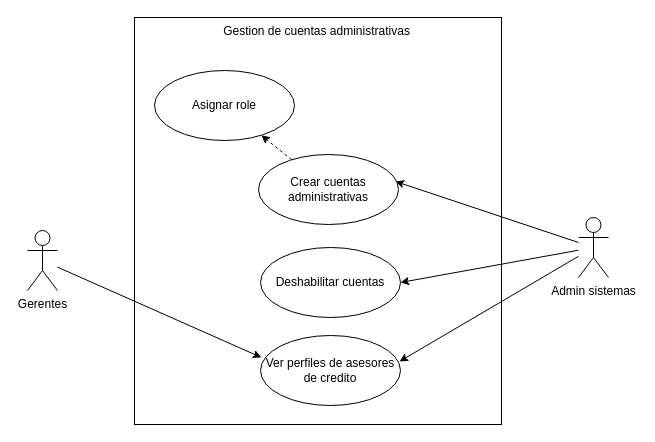
This is docs/use cases/admin-users-accounts.drawio from alexrv11/credicuotas, a draw.io file, before an edit. Source tidied: cells renumbered, new cells numbered last; positions are measured from the earlier drawing's top-left corner, leaving out a move shared by most shapes. Both pictures are drawn from the tidied source at 100%, with x=0, y=0 at pixel (27, 17).
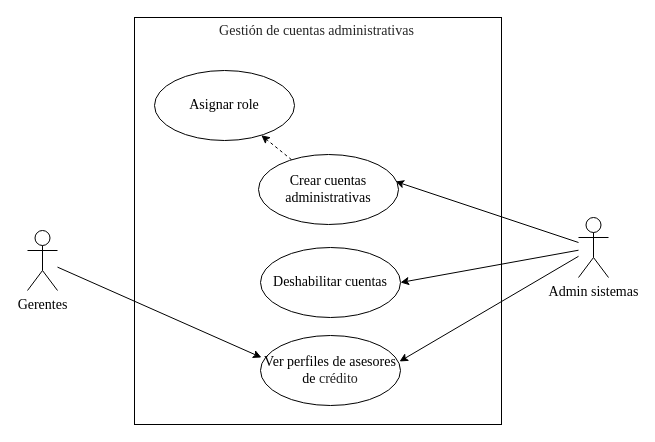
After the change.

Change to the diagram source:
```diff
@@
 <mxGraphModel>
   <root>
     <mxCell id="0" />
     <mxCell id="1" parent="0" />
-    <mxCell id="2" style="rounded=0;whiteSpace=wrap;html=1;" parent="1" vertex="1">
+    <mxCell id="2" style="rounded=0;whiteSpace=wrap;html=1;fontFamily=Times New Roman;fontSize=14;" parent="1" vertex="1">
       <mxGeometry x="107" width="367" height="407" as="geometry" />
     </mxCell>
-    <mxCell id="3" style="edgeStyle=none;html=1;entryX=0.979;entryY=0.386;entryDx=0;entryDy=0;entryPerimeter=0;" parent="1" edge="1" source="6" target="8">
+    <mxCell id="3" style="edgeStyle=none;html=1;entryX=0.979;entryY=0.386;entryDx=0;entryDy=0;entryPerimeter=0;fontFamily=Times New Roman;fontSize=14;" parent="1" edge="1" source="6" target="8">
       <mxGeometry relative="1" as="geometry" />
     </mxCell>
-    <mxCell id="4" style="edgeStyle=none;html=1;entryX=1;entryY=0.5;entryDx=0;entryDy=0;" parent="1" edge="1" source="6" target="13">
+    <mxCell id="4" style="edgeStyle=none;html=1;entryX=1;entryY=0.5;entryDx=0;entryDy=0;fontFamily=Times New Roman;fontSize=14;" parent="1" edge="1" source="6" target="13">
       <mxGeometry relative="1" as="geometry" />
     </mxCell>
-    <mxCell id="5" style="edgeStyle=none;html=1;entryX=0.993;entryY=0.371;entryDx=0;entryDy=0;entryPerimeter=0;" parent="1" edge="1" source="6" target="14">
+    <mxCell id="5" style="edgeStyle=none;html=1;entryX=0.993;entryY=0.371;entryDx=0;entryDy=0;entryPerimeter=0;fontFamily=Times New Roman;fontSize=14;" parent="1" edge="1" source="6" target="14">
       <mxGeometry relative="1" as="geometry" />
     </mxCell>
-    <mxCell id="6" value="Admin sistemas" style="shape=umlActor;verticalLabelPosition=bottom;verticalAlign=top;html=1;" parent="1" vertex="1">
+    <mxCell id="6" value="Admin sistemas" style="shape=umlActor;verticalLabelPosition=bottom;verticalAlign=top;html=1;fontFamily=Times New Roman;fontSize=14;" parent="1" vertex="1">
       <mxGeometry x="551" y="200" width="30" height="60" as="geometry" />
     </mxCell>
-    <mxCell id="7" style="edgeStyle=none;html=1;dashed=1;" parent="1" edge="1" source="8" target="12">
+    <mxCell id="7" style="edgeStyle=none;html=1;dashed=1;fontFamily=Times New Roman;fontSize=14;" parent="1" edge="1" source="8" target="12">
       <mxGeometry relative="1" as="geometry" />
     </mxCell>
-    <mxCell id="8" value="Crear cuentas administrativas" style="ellipse;whiteSpace=wrap;html=1;" parent="1" vertex="1">
+    <mxCell id="8" value="Crear cuentas administrativas" style="ellipse;whiteSpace=wrap;html=1;fontFamily=Times New Roman;fontSize=14;" parent="1" vertex="1">
       <mxGeometry x="231" y="137" width="140" height="70" as="geometry" />
     </mxCell>
-    <mxCell id="9" style="edgeStyle=none;html=1;entryX=0.007;entryY=0.314;entryDx=0;entryDy=0;entryPerimeter=0;" parent="1" edge="1" source="10" target="14">
+    <mxCell id="9" style="edgeStyle=none;html=1;entryX=0.007;entryY=0.314;entryDx=0;entryDy=0;entryPerimeter=0;fontFamily=Times New Roman;fontSize=14;" parent="1" edge="1" source="10" target="14">
       <mxGeometry relative="1" as="geometry" />
     </mxCell>
-    <mxCell id="10" value="Gerentes&lt;br&gt;" style="shape=umlActor;verticalLabelPosition=bottom;verticalAlign=top;html=1;" parent="1" vertex="1">
+    <mxCell id="10" value="Gerentes&lt;br style=&quot;font-size: 14px;&quot;&gt;" style="shape=umlActor;verticalLabelPosition=bottom;verticalAlign=top;html=1;fontFamily=Times New Roman;fontSize=14;" parent="1" vertex="1">
       <mxGeometry y="213" width="30" height="60" as="geometry" />
     </mxCell>
-    <mxCell id="11" value="&lt;span&gt;Gestion de cuentas administrativas&lt;/span&gt;" style="text;html=1;align=center;verticalAlign=middle;strokeColor=none;" parent="1" vertex="1">
-      <mxGeometry x="190" y="4.8" width="197" height="18" as="geometry" />
+    <mxCell id="11" value="&lt;span id=&quot;docs-internal-guid-cefe45ba-7fff-3dd7-0e72-a04359851a2a&quot;&gt;&lt;span style=&quot;font-size: 10.5pt ; color: rgb(36 , 36 , 36) ; vertical-align: baseline&quot;&gt;Gestión de cuentas administrativas&lt;/span&gt;&lt;/span&gt;" style="text;html=1;align=center;verticalAlign=middle;strokeColor=none;fontFamily=Times New Roman;fontSize=14;" parent="1" vertex="1">
+      <mxGeometry x="186" y="3.8" width="205" height="21" as="geometry" />
     </mxCell>
-    <mxCell id="12" value="Asignar role" style="ellipse;whiteSpace=wrap;html=1;" parent="1" vertex="1">
+    <mxCell id="12" value="Asignar role" style="ellipse;whiteSpace=wrap;html=1;fontFamily=Times New Roman;fontSize=14;" parent="1" vertex="1">
       <mxGeometry x="127" y="53" width="140" height="70" as="geometry" />
     </mxCell>
-    <mxCell id="13" value="Deshabilitar cuentas" style="ellipse;whiteSpace=wrap;html=1;" parent="1" vertex="1">
+    <mxCell id="13" value="Deshabilitar cuentas" style="ellipse;whiteSpace=wrap;html=1;fontFamily=Times New Roman;fontSize=14;" parent="1" vertex="1">
       <mxGeometry x="233" y="230" width="140" height="70" as="geometry" />
     </mxCell>
-    <mxCell id="14" value="Ver perfiles de asesores de credito" style="ellipse;whiteSpace=wrap;html=1;" parent="1" vertex="1">
+    <mxCell id="14" value="Ver perfiles de asesores de&amp;nbsp;&lt;span id=&quot;docs-internal-guid-984eaad4-7fff-074a-8bf6-4a78e59efcaf&quot;&gt;&lt;span style=&quot;font-size: 10.5pt ; color: rgb(36 , 36 , 36) ; vertical-align: baseline&quot;&gt;crédito&lt;/span&gt;&lt;/span&gt;" style="ellipse;whiteSpace=wrap;html=1;fontFamily=Times New Roman;fontSize=14;" parent="1" vertex="1">
       <mxGeometry x="233" y="318" width="140" height="70" as="geometry" />
     </mxCell>
   </root>
 </mxGraphModel>
```
